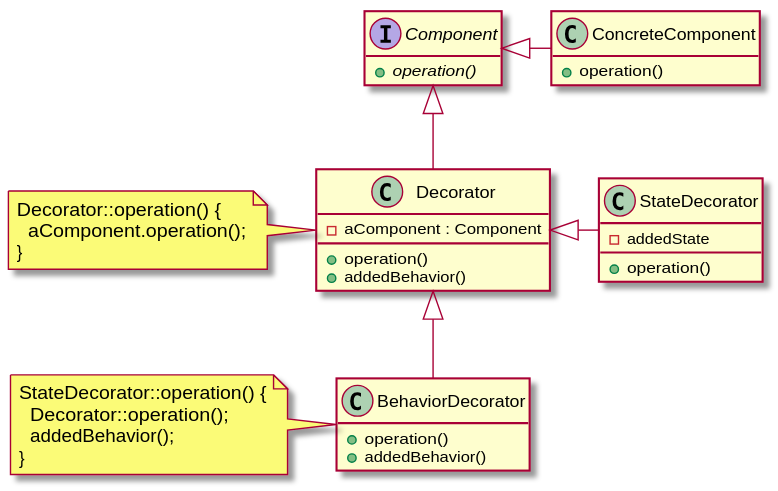
Earlier version of the PlantUML export programming/patterns/Decorator/Class.svg (pvc1989/miniWiki).
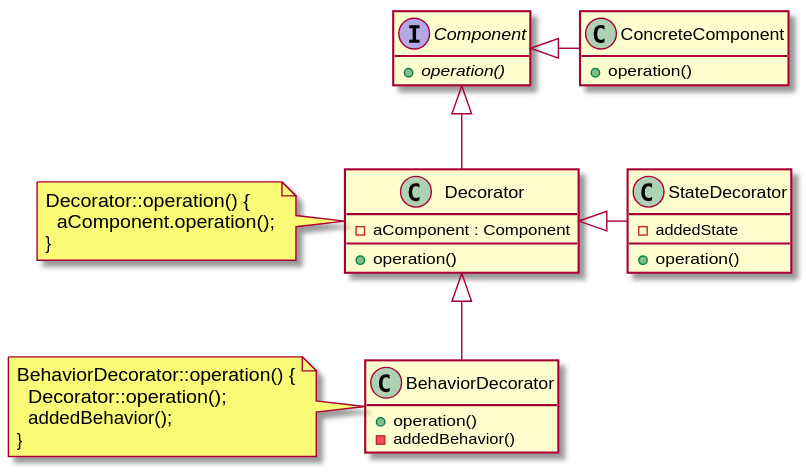
Above is the later version.

Commit message:
Fix Decorator's class diagram.

Change to the diagram source:
```diff
@@ -14,7 +14,6 @@
 class Decorator {
   -aComponent : Component
   +operation()
-  +addedBehavior()
 }
 note left of Decorator
   Decorator::operation() {
@@ -24,10 +23,10 @@
 
 class BehaviorDecorator {
   +operation()
-  +addedBehavior()
+  -addedBehavior()
 }
 note left of BehaviorDecorator
-  StateDecorator::operation() {
+  BehaviorDecorator::operation() {
     Decorator::operation();
     addedBehavior();
   }
```
